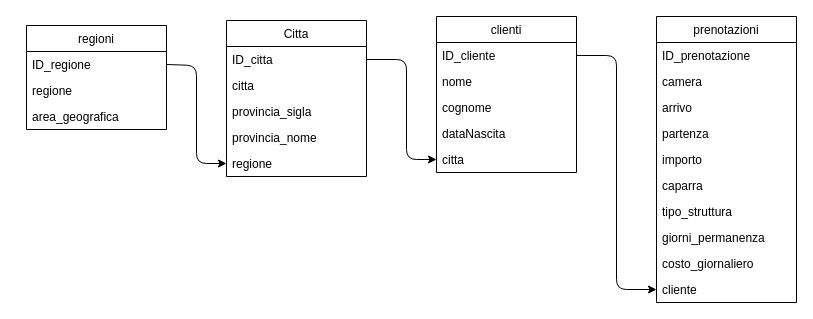
Earlier version of the draw.io diagram er diagrams/prenotazioni.drawio (crossi72/database-corsi). Source tidied: cells renumbered, new cells numbered last; positions are measured from the earlier drawing's top-left corner, leaving out a move shared by most shapes. Both pictures are drawn from the tidied source at 100%, with x=0, y=0 at pixel (26, 16).
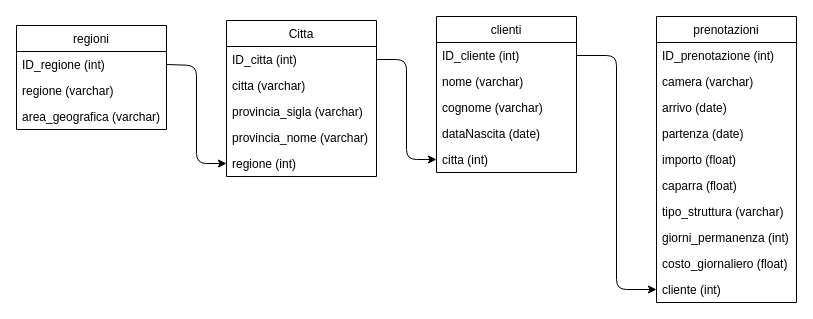
Above is the later version.

The change refers to these unchanged cells:
```xml
<mxCell id="6" value="clienti" style="swimlane;fontStyle=0;horizontal=1;startSize=26;fillColor=none;" parent="1" vertex="1">
  <mxGeometry x="410" width="140" height="156" as="geometry" />
</mxCell>
<mxCell id="12" value="prenotazioni" style="swimlane;fontStyle=0;horizontal=1;startSize=26;fillColor=none;" parent="1" vertex="1">
  <mxGeometry x="630" width="140" height="286" as="geometry" />
</mxCell>
```

Change to the diagram source:
```diff
@@
     <mxCell id="2" value="regioni" style="swimlane;fontStyle=0;horizontal=1;startSize=26;fillColor=none;" parent="1" vertex="1">
-      <mxGeometry y="9" width="140" height="104" as="geometry" />
+      <mxGeometry x="-10" y="9" width="150" height="104" as="geometry" />
     </mxCell>
-    <mxCell id="3" value="ID_regione" style="text;strokeColor=none;fillColor=none;align=left;verticalAlign=top;spacingLeft=4;spacingRight=4;overflow=hidden;points=[[0,0.5],[1,0.5]];portConstraint=eastwest;" parent="2" vertex="1">
-      <mxGeometry y="26" width="140" height="26" as="geometry" />
+    <mxCell id="3" value="ID_regione (int)" style="text;strokeColor=none;fillColor=none;align=left;verticalAlign=top;spacingLeft=4;spacingRight=4;overflow=hidden;points=[[0,0.5],[1,0.5]];portConstraint=eastwest;" parent="2" vertex="1">
+      <mxGeometry y="26" width="150" height="26" as="geometry" />
     </mxCell>
-    <mxCell id="4" value="regione" style="text;strokeColor=none;fillColor=none;align=left;verticalAlign=top;spacingLeft=4;spacingRight=4;overflow=hidden;" parent="2" vertex="1">
-      <mxGeometry y="52" width="140" height="26" as="geometry" />
+    <mxCell id="4" value="regione (varchar)" style="text;strokeColor=none;fillColor=none;align=left;verticalAlign=top;spacingLeft=4;spacingRight=4;overflow=hidden;" parent="2" vertex="1">
+      <mxGeometry y="52" width="150" height="26" as="geometry" />
     </mxCell>
-    <mxCell id="5" value="area_geografica" style="text;strokeColor=none;fillColor=none;align=left;verticalAlign=top;spacingLeft=4;spacingRight=4;overflow=hidden;" parent="2" vertex="1">
-      <mxGeometry y="78" width="140" height="26" as="geometry" />
+    <mxCell id="5" value="area_geografica (varchar)" style="text;strokeColor=none;fillColor=none;align=left;verticalAlign=top;spacingLeft=4;spacingRight=4;overflow=hidden;" parent="2" vertex="1">
+      <mxGeometry y="78" width="150" height="26" as="geometry" />
     </mxCell>
@@
-    <mxCell id="7" value="ID_cliente" style="text;strokeColor=none;fillColor=none;align=left;verticalAlign=top;spacingLeft=4;spacingRight=4;overflow=hidden;points=[[0,0.5],[1,0.5]];portConstraint=eastwest;" parent="6" vertex="1">
+    <mxCell id="7" value="ID_cliente (int)" style="text;strokeColor=none;fillColor=none;align=left;verticalAlign=top;spacingLeft=4;spacingRight=4;overflow=hidden;points=[[0,0.5],[1,0.5]];portConstraint=eastwest;" parent="6" vertex="1">
       <mxGeometry y="26" width="140" height="26" as="geometry" />
     </mxCell>
-    <mxCell id="8" value="nome" style="text;strokeColor=none;fillColor=none;align=left;verticalAlign=top;spacingLeft=4;spacingRight=4;overflow=hidden;" parent="6" vertex="1">
+    <mxCell id="8" value="nome (varchar)" style="text;strokeColor=none;fillColor=none;align=left;verticalAlign=top;spacingLeft=4;spacingRight=4;overflow=hidden;" parent="6" vertex="1">
       <mxGeometry y="52" width="140" height="26" as="geometry" />
     </mxCell>
-    <mxCell id="9" value="cognome" style="text;strokeColor=none;fillColor=none;align=left;verticalAlign=top;spacingLeft=4;spacingRight=4;overflow=hidden;" parent="6" vertex="1">
+    <mxCell id="9" value="cognome (varchar)" style="text;strokeColor=none;fillColor=none;align=left;verticalAlign=top;spacingLeft=4;spacingRight=4;overflow=hidden;" parent="6" vertex="1">
       <mxGeometry y="78" width="140" height="26" as="geometry" />
     </mxCell>
-    <mxCell id="10" value="dataNascita" style="text;strokeColor=none;fillColor=none;align=left;verticalAlign=top;spacingLeft=4;spacingRight=4;overflow=hidden;" parent="6" vertex="1">
+    <mxCell id="10" value="dataNascita (date)" style="text;strokeColor=none;fillColor=none;align=left;verticalAlign=top;spacingLeft=4;spacingRight=4;overflow=hidden;" parent="6" vertex="1">
       <mxGeometry y="104" width="140" height="26" as="geometry" />
     </mxCell>
-    <mxCell id="11" value="citta" style="text;strokeColor=none;fillColor=none;align=left;verticalAlign=top;spacingLeft=4;spacingRight=4;overflow=hidden;points=[[0,0.5],[1,0.5]];portConstraint=eastwest;" parent="6" vertex="1">
+    <mxCell id="11" value="citta (int)" style="text;strokeColor=none;fillColor=none;align=left;verticalAlign=top;spacingLeft=4;spacingRight=4;overflow=hidden;points=[[0,0.5],[1,0.5]];portConstraint=eastwest;" parent="6" vertex="1">
       <mxGeometry y="130" width="140" height="26" as="geometry" />
     </mxCell>
@@
-    <mxCell id="13" value="ID_prenotazione" style="text;strokeColor=none;fillColor=none;align=left;verticalAlign=top;spacingLeft=4;spacingRight=4;overflow=hidden;" parent="12" vertex="1">
+    <mxCell id="13" value="ID_prenotazione (int)" style="text;strokeColor=none;fillColor=none;align=left;verticalAlign=top;spacingLeft=4;spacingRight=4;overflow=hidden;" parent="12" vertex="1">
       <mxGeometry y="26" width="140" height="26" as="geometry" />
     </mxCell>
-    <mxCell id="14" value="camera" style="text;strokeColor=none;fillColor=none;align=left;verticalAlign=top;spacingLeft=4;spacingRight=4;overflow=hidden;" parent="12" vertex="1">
+    <mxCell id="14" value="camera (varchar)" style="text;strokeColor=none;fillColor=none;align=left;verticalAlign=top;spacingLeft=4;spacingRight=4;overflow=hidden;" parent="12" vertex="1">
       <mxGeometry y="52" width="140" height="26" as="geometry" />
     </mxCell>
-    <mxCell id="15" value="arrivo" style="text;strokeColor=none;fillColor=none;align=left;verticalAlign=top;spacingLeft=4;spacingRight=4;overflow=hidden;" parent="12" vertex="1">
+    <mxCell id="15" value="arrivo (date)" style="text;strokeColor=none;fillColor=none;align=left;verticalAlign=top;spacingLeft=4;spacingRight=4;overflow=hidden;" parent="12" vertex="1">
       <mxGeometry y="78" width="140" height="26" as="geometry" />
     </mxCell>
-    <mxCell id="16" value="partenza" style="text;strokeColor=none;fillColor=none;align=left;verticalAlign=top;spacingLeft=4;spacingRight=4;overflow=hidden;" parent="12" vertex="1">
+    <mxCell id="16" value="partenza (date)" style="text;strokeColor=none;fillColor=none;align=left;verticalAlign=top;spacingLeft=4;spacingRight=4;overflow=hidden;" parent="12" vertex="1">
       <mxGeometry y="104" width="140" height="26" as="geometry" />
     </mxCell>
-    <mxCell id="17" value="importo" style="text;strokeColor=none;fillColor=none;align=left;verticalAlign=top;spacingLeft=4;spacingRight=4;overflow=hidden;" parent="12" vertex="1">
+    <mxCell id="17" value="importo (float)" style="text;strokeColor=none;fillColor=none;align=left;verticalAlign=top;spacingLeft=4;spacingRight=4;overflow=hidden;" parent="12" vertex="1">
       <mxGeometry y="130" width="140" height="26" as="geometry" />
     </mxCell>
-    <mxCell id="18" value="caparra" style="text;strokeColor=none;fillColor=none;align=left;verticalAlign=top;spacingLeft=4;spacingRight=4;overflow=hidden;" parent="12" vertex="1">
+    <mxCell id="18" value="caparra (float)" style="text;strokeColor=none;fillColor=none;align=left;verticalAlign=top;spacingLeft=4;spacingRight=4;overflow=hidden;" parent="12" vertex="1">
       <mxGeometry y="156" width="140" height="26" as="geometry" />
     </mxCell>
-    <mxCell id="19" value="tipo_struttura" style="text;strokeColor=none;fillColor=none;align=left;verticalAlign=top;spacingLeft=4;spacingRight=4;overflow=hidden;" parent="12" vertex="1">
+    <mxCell id="19" value="tipo_struttura (varchar)" style="text;strokeColor=none;fillColor=none;align=left;verticalAlign=top;spacingLeft=4;spacingRight=4;overflow=hidden;" parent="12" vertex="1">
       <mxGeometry y="182" width="140" height="26" as="geometry" />
     </mxCell>
-    <mxCell id="20" value="giorni_permanenza" style="text;strokeColor=none;fillColor=none;align=left;verticalAlign=top;spacingLeft=4;spacingRight=4;overflow=hidden;" parent="12" vertex="1">
+    <mxCell id="20" value="giorni_permanenza (int)" style="text;strokeColor=none;fillColor=none;align=left;verticalAlign=top;spacingLeft=4;spacingRight=4;overflow=hidden;" parent="12" vertex="1">
       <mxGeometry y="208" width="140" height="26" as="geometry" />
     </mxCell>
-    <mxCell id="21" value="costo_giornaliero" style="text;strokeColor=none;fillColor=none;align=left;verticalAlign=top;spacingLeft=4;spacingRight=4;overflow=hidden;" parent="12" vertex="1">
+    <mxCell id="21" value="costo_giornaliero (float)" style="text;strokeColor=none;fillColor=none;align=left;verticalAlign=top;spacingLeft=4;spacingRight=4;overflow=hidden;" parent="12" vertex="1">
       <mxGeometry y="234" width="140" height="26" as="geometry" />
     </mxCell>
-    <mxCell id="22" value="cliente" style="text;strokeColor=none;fillColor=none;align=left;verticalAlign=top;spacingLeft=4;spacingRight=4;overflow=hidden;points=[[0,0.5],[1,0.5]];portConstraint=eastwest;" parent="12" vertex="1">
+    <mxCell id="22" value="cliente (int)" style="text;strokeColor=none;fillColor=none;align=left;verticalAlign=top;spacingLeft=4;spacingRight=4;overflow=hidden;points=[[0,0.5],[1,0.5]];portConstraint=eastwest;" parent="12" vertex="1">
       <mxGeometry y="260" width="140" height="26" as="geometry" />
     </mxCell>
     <mxCell id="23" value="Citta" style="swimlane;fontStyle=0;horizontal=1;startSize=26;fillColor=none;" parent="1" vertex="1">
-      <mxGeometry x="200" y="4" width="140" height="156" as="geometry" />
+      <mxGeometry x="200" y="4" width="150" height="156" as="geometry" />
     </mxCell>
-    <mxCell id="24" value="ID_citta" style="text;strokeColor=none;fillColor=none;align=left;verticalAlign=top;spacingLeft=4;spacingRight=4;overflow=hidden;points=[[0,0.5],[1,0.5]];portConstraint=eastwest;" parent="23" vertex="1">
-      <mxGeometry y="26" width="140" height="26" as="geometry" />
+    <mxCell id="24" value="ID_citta (int)" style="text;strokeColor=none;fillColor=none;align=left;verticalAlign=top;spacingLeft=4;spacingRight=4;overflow=hidden;points=[[0,0.5],[1,0.5]];portConstraint=eastwest;" parent="23" vertex="1">
+      <mxGeometry y="26" width="150" height="26" as="geometry" />
     </mxCell>
-    <mxCell id="25" value="citta" style="text;strokeColor=none;fillColor=none;align=left;verticalAlign=top;spacingLeft=4;spacingRight=4;overflow=hidden;" parent="23" vertex="1">
-      <mxGeometry y="52" width="140" height="26" as="geometry" />
+    <mxCell id="25" value="citta (varchar)" style="text;strokeColor=none;fillColor=none;align=left;verticalAlign=top;spacingLeft=4;spacingRight=4;overflow=hidden;" parent="23" vertex="1">
+      <mxGeometry y="52" width="150" height="26" as="geometry" />
     </mxCell>
-    <mxCell id="26" value="provincia_sigla" style="text;strokeColor=none;fillColor=none;align=left;verticalAlign=top;spacingLeft=4;spacingRight=4;overflow=hidden;" parent="23" vertex="1">
-      <mxGeometry y="78" width="140" height="26" as="geometry" />
+    <mxCell id="26" value="provincia_sigla (varchar)" style="text;strokeColor=none;fillColor=none;align=left;verticalAlign=top;spacingLeft=4;spacingRight=4;overflow=hidden;" parent="23" vertex="1">
+      <mxGeometry y="78" width="150" height="26" as="geometry" />
     </mxCell>
-    <mxCell id="27" value="provincia_nome" style="text;strokeColor=none;fillColor=none;align=left;verticalAlign=top;spacingLeft=4;spacingRight=4;overflow=hidden;" parent="23" vertex="1">
-      <mxGeometry y="104" width="140" height="26" as="geometry" />
+    <mxCell id="27" value="provincia_nome (varchar)" style="text;strokeColor=none;fillColor=none;align=left;verticalAlign=top;spacingLeft=4;spacingRight=4;overflow=hidden;" parent="23" vertex="1">
+      <mxGeometry y="104" width="150" height="26" as="geometry" />
     </mxCell>
-    <mxCell id="28" value="regione" style="text;strokeColor=none;fillColor=none;align=left;verticalAlign=top;spacingLeft=4;spacingRight=4;overflow=hidden;points=[[0,0.5],[1,0.5]];portConstraint=eastwest;" parent="23" vertex="1">
-      <mxGeometry y="130" width="140" height="26" as="geometry" />
+    <mxCell id="28" value="regione (int)" style="text;strokeColor=none;fillColor=none;align=left;verticalAlign=top;spacingLeft=4;spacingRight=4;overflow=hidden;points=[[0,0.5],[1,0.5]];portConstraint=eastwest;" parent="23" vertex="1">
+      <mxGeometry y="130" width="150" height="26" as="geometry" />
     </mxCell>
```
